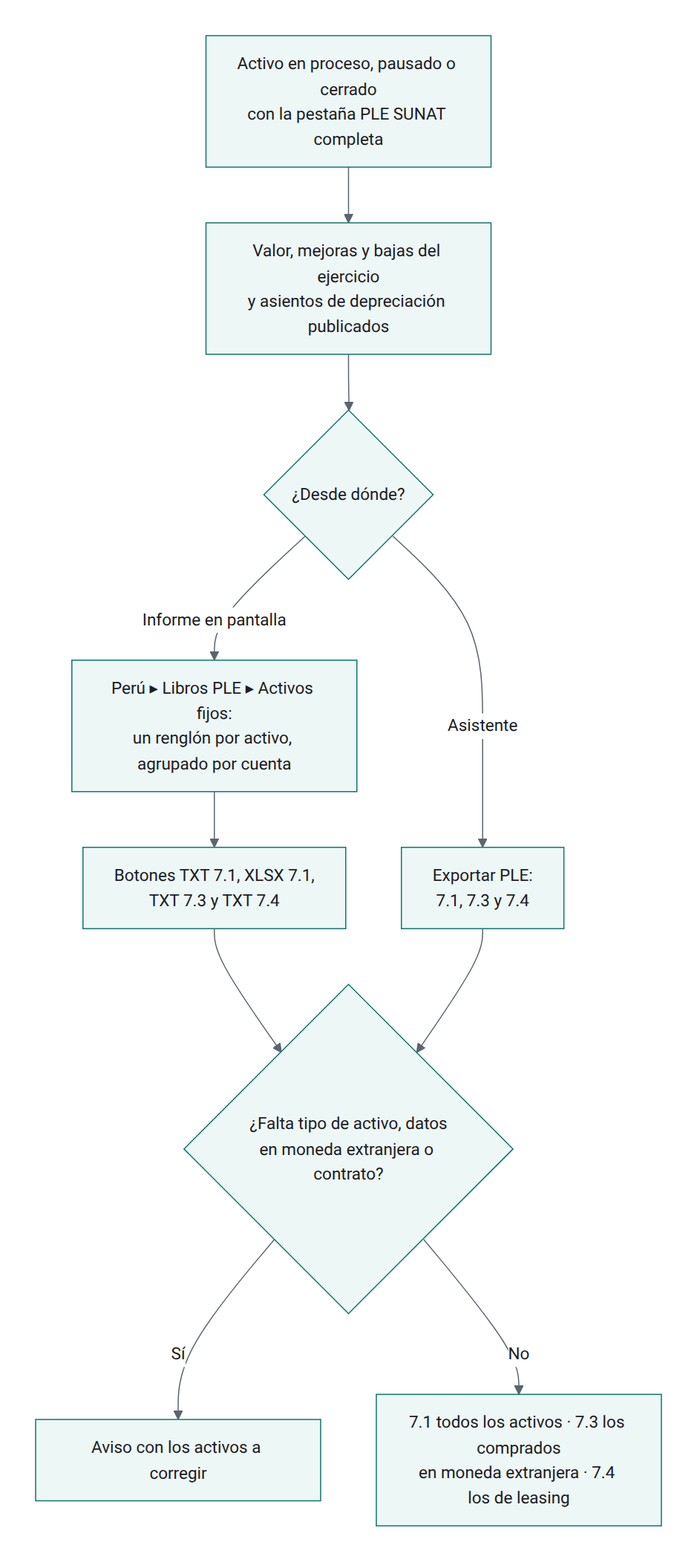
olanoit/ol_new_apps keeps this Mermaid diagram as OL-ACCOUNTING/al_l10n_pe_ple/static/description/diagramas/libro7.png. Above is the earlier version. Its source is kept beside it as OL-ACCOUNTING/al_l10n_pe_ple/static/description/diagramas/libro7.mmd. Source of this version:
```mermaid
flowchart TD
  A[Activo en proceso, pausado o cerrado<br/>con la pestaña PLE SUNAT completa] --> B[Valor, mejoras y bajas del ejercicio<br/>y asientos de depreciación publicados]
  B --> C{¿Desde dónde?}
  C -- Informe en pantalla --> D[Perú ▸ Libros PLE ▸ Activos fijos:<br/>un renglón por activo, agrupado por cuenta]
  C -- Asistente --> E[Exportar PLE:<br/>7.1, 7.3 y 7.4]
  D --> F[Botones TXT 7.1, XLSX 7.1,<br/>TXT 7.3 y TXT 7.4]
  F --> G{¿Falta tipo de activo, datos<br/>en moneda extranjera o contrato?}
  E --> G
  G -- Sí --> X[Aviso con los activos a corregir]
  G -- No --> H[7.1 todos los activos · 7.3 los comprados<br/>en moneda extranjera · 7.4 los de leasing]
```
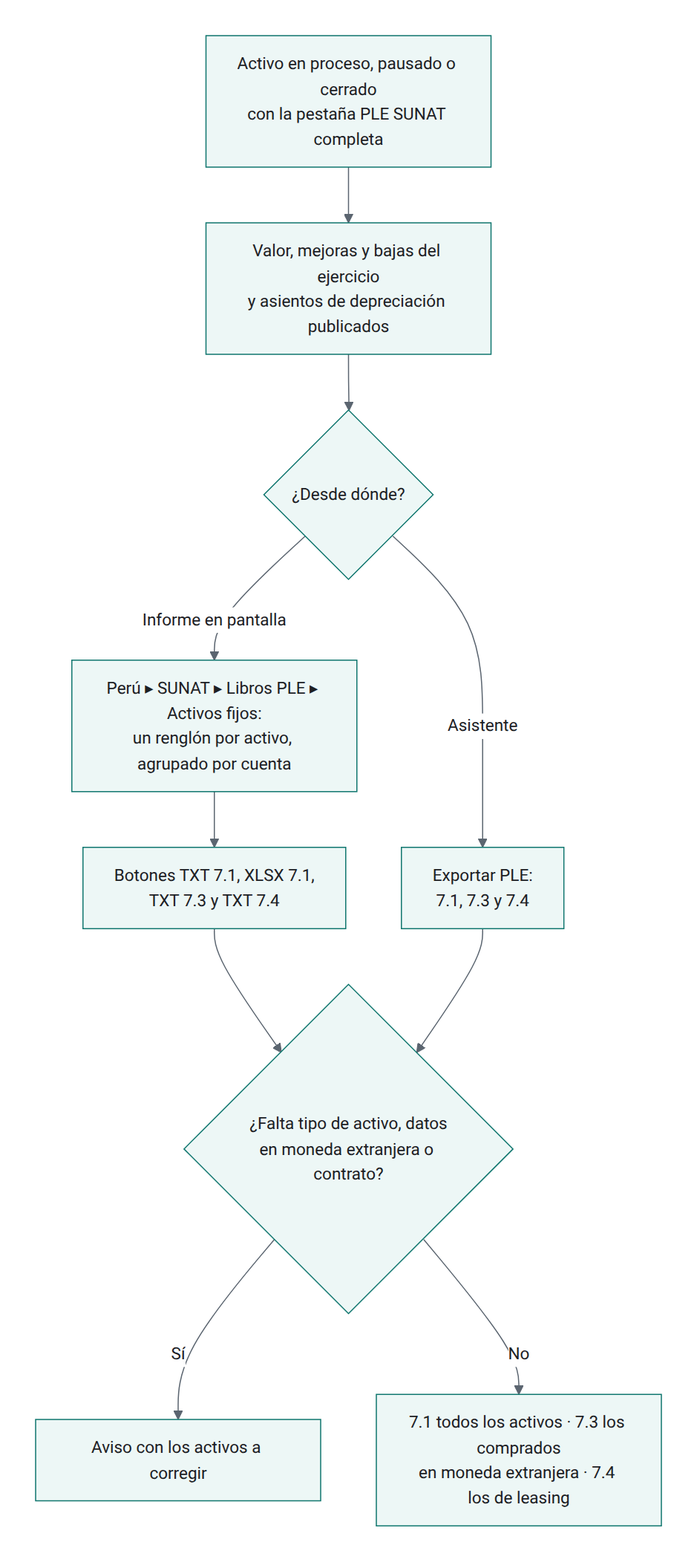
Above is the later version.

The edit, as a diff of the source:
```diff
@@ -1,7 +1,7 @@
 flowchart TD
   A[Activo en proceso, pausado o cerrado<br/>con la pestaña PLE SUNAT completa] --> B[Valor, mejoras y bajas del ejercicio<br/>y asientos de depreciación publicados]
   B --> C{¿Desde dónde?}
-  C -- Informe en pantalla --> D[Perú ▸ Libros PLE ▸ Activos fijos:<br/>un renglón por activo, agrupado por cuenta]
+  C -- Informe en pantalla --> D[Perú ▸ SUNAT ▸ Libros PLE ▸ Activos fijos:<br/>un renglón por activo, agrupado por cuenta]
   C -- Asistente --> E[Exportar PLE:<br/>7.1, 7.3 y 7.4]
   D --> F[Botones TXT 7.1, XLSX 7.1,<br/>TXT 7.3 y TXT 7.4]
   F --> G{¿Falta tipo de activo, datos<br/>en moneda extranjera o contrato?}
```
